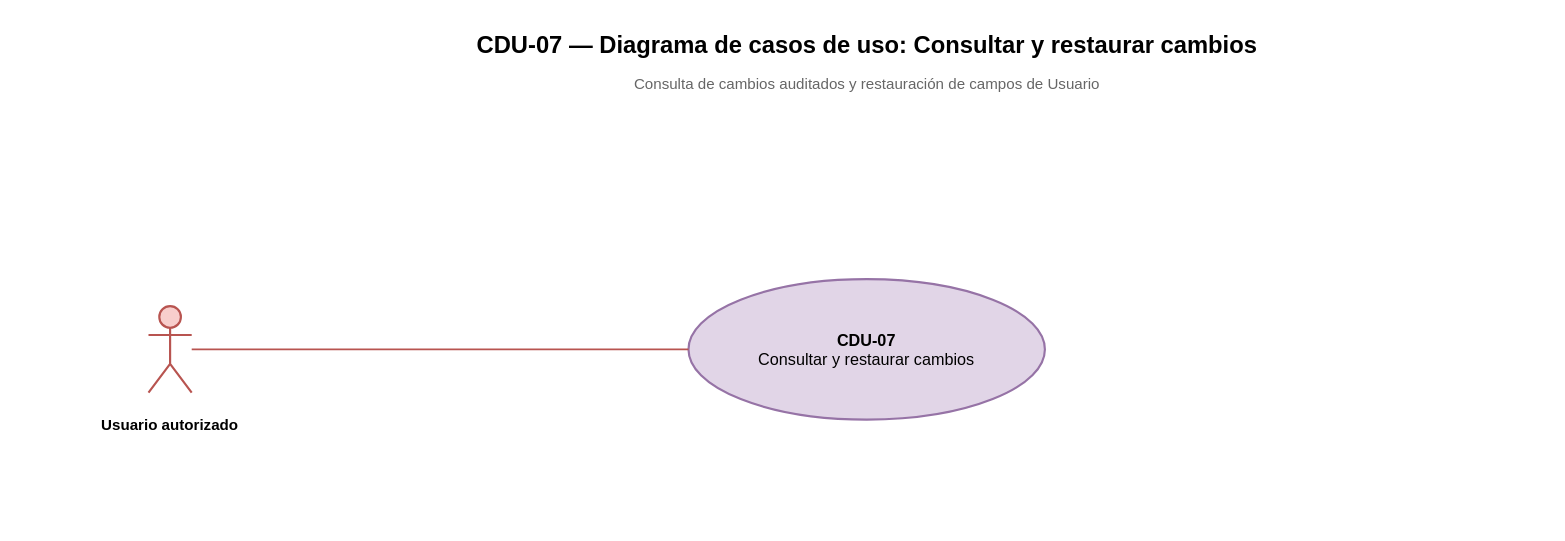
The draw.io diagram Diagramas/Casos de Uso/T06b - CDU-07 - Control de cambios - Casos de uso.drawio in juanNH/Ingenieria-de-Software, before the edit. Source tidied: cells renumbered, new cells numbered last; positions are measured from the earlier drawing's top-left corner, leaving out a move shared by most shapes. Both pictures are drawn from the tidied source at 108%, with x=0, y=0 at pixel (18, 23).
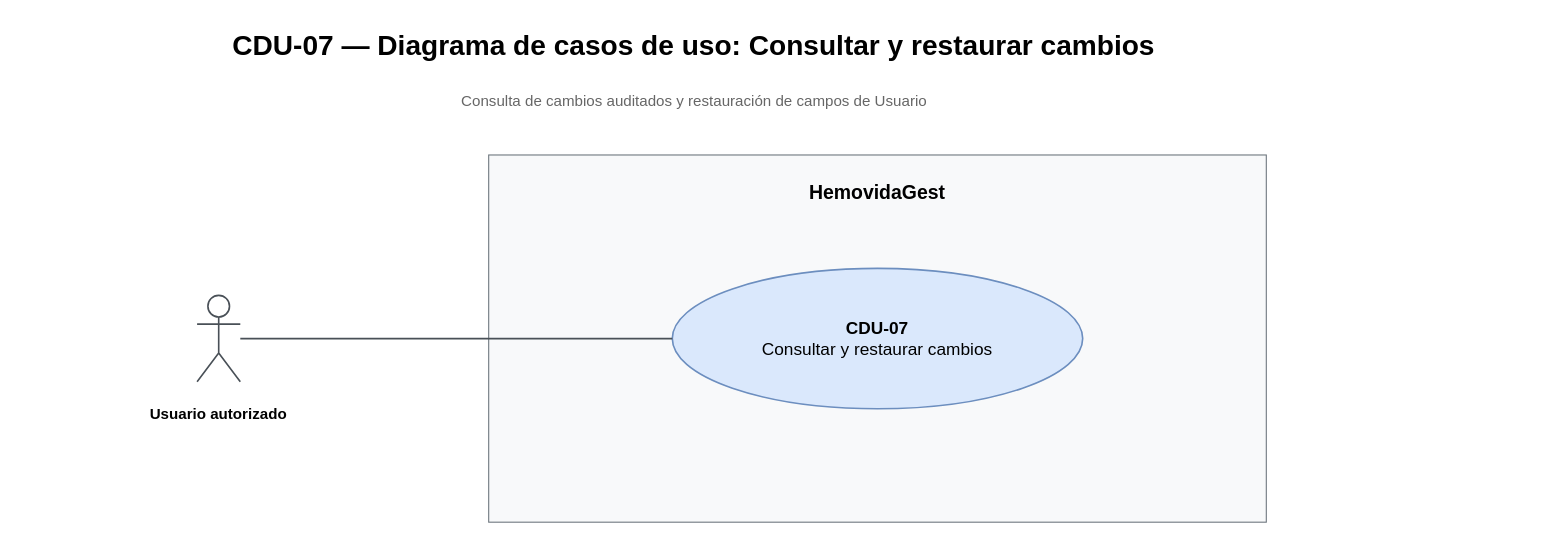
The same diagram, later.

Diff of the diagram source:
```diff
@@
 <mxGraphModel>
   <root>
     <mxCell id="0" />
     <mxCell id="1" parent="0" />
+    <mxCell id="8" value="&lt;b&gt;HemovidaGest&lt;/b&gt;" style="rounded=0;whiteSpace=wrap;html=1;fillColor=#f8f9fa;strokeColor=#6c757d;verticalAlign=top;spacingTop=18;fontSize=18;fontFamily=Arial;" parent="1" vertex="1">
+      <mxGeometry x="435" y="122" width="720" height="340" as="geometry" />
+    </mxCell>
-    <mxCell id="2" value="CDU-07 — Diagrama de casos de uso: Consultar y restaurar cambios" style="text;html=1;strokeColor=none;fillColor=none;fontStyle=1;fontSize=22;align=center;verticalAlign=middle;fontFamily=Arial;" parent="1" vertex="1">
-      <mxGeometry x="155" width="1260" height="42" as="geometry" />
+    <mxCell id="2" value="CDU-07 — Diagrama de casos de uso: Consultar y restaurar cambios" style="text;html=1;whiteSpace=wrap;strokeColor=none;fillColor=none;fontFamily=Arial;fontSize=26;fontStyle=1;align=center;verticalAlign=middle;" parent="1" vertex="1">
+      <mxGeometry x="25" y="-4" width="1200" height="50" as="geometry" />
     </mxCell>
     <mxCell id="3" value="Consulta de cambios auditados y restauración de campos de Usuario" style="text;html=1;strokeColor=none;fillColor=none;fontSize=14;align=center;verticalAlign=middle;fontColor=#666666;fontFamily=Arial;" parent="1" vertex="1">
-      <mxGeometry x="335" y="42" width="900" height="28" as="geometry" />
+      <mxGeometry x="65" y="56" width="1120" height="32" as="geometry" />
     </mxCell>
-    <mxCell id="4" value="&lt;b&gt;CDU-07&lt;/b&gt;&lt;br&gt;Consultar y restaurar cambios" style="ellipse;whiteSpace=wrap;html=1;fillColor=#e1d5e7;strokeColor=#9673a6;strokeWidth=2;fontSize=15;fontFamily=Arial;align=center;verticalAlign=middle;" parent="1" vertex="1">
-      <mxGeometry x="620" y="237" width="330" height="130" as="geometry" />
+    <mxCell id="4" value="&lt;b&gt;CDU-07&lt;/b&gt;&lt;br&gt;Consultar y restaurar cambios" style="ellipse;whiteSpace=wrap;html=1;fillColor=#dae8fc;strokeColor=#6c8ebf;strokeWidth=1.5;fontSize=16;fontFamily=Arial;align=center;verticalAlign=middle;" parent="1" vertex="1">
+      <mxGeometry x="605" y="227" width="380" height="130" as="geometry" />
     </mxCell>
-    <mxCell id="5" style="shape=umlActor;html=1;fillColor=#f8cecc;strokeColor=#b85450;strokeWidth=2;" parent="1" vertex="1">
-      <mxGeometry x="120" y="262" width="40" height="80" as="geometry" />
+    <mxCell id="5" style="shape=umlActor;html=1;fillColor=#ffffff;strokeColor=#495057;strokeWidth=1.5;" parent="1" vertex="1">
+      <mxGeometry x="165" y="252" width="40" height="80" as="geometry" />
     </mxCell>
     <mxCell id="6" value="&lt;b&gt;Usuario autorizado&lt;/b&gt;" style="text;html=1;strokeColor=none;fillColor=none;fontSize=14;fontFamily=Arial;align=center;verticalAlign=top;whiteSpace=wrap;" parent="1" vertex="1">
-      <mxGeometry y="357" width="280" height="66" as="geometry" />
+      <mxGeometry x="45" y="347" width="280" height="66" as="geometry" />
     </mxCell>
-    <mxCell id="7" style="rounded=0;html=1;endArrow=none;startArrow=none;strokeColor=#b85450;strokeWidth=1.5;exitX=1;exitY=0.5;entryX=0;entryY=0.5;" parent="1" edge="1" source="5" target="4">
+    <mxCell id="7" style="rounded=0;html=1;endArrow=none;startArrow=none;strokeColor=#495057;strokeWidth=1.5;exitX=1;exitY=0.5;entryX=0;entryY=0.5;" parent="1" edge="1" source="5" target="4">
       <mxGeometry relative="1" as="geometry" />
     </mxCell>
   </root>
 </mxGraphModel>
```
